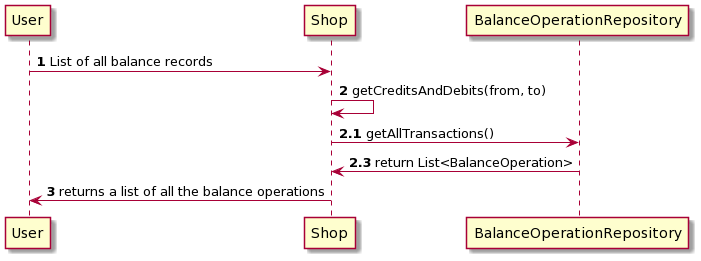
This is Deliverables/Images/design/9.1.png from setareA/ezshop, a PlantUML export, as it was before one commit. Source of this version:
```plantuml
@startuml
User-> Shop: <b>1</b> List of all balance records
Shop -> Shop: <b>2</b> getCreditsAndDebits(from, to)
Shop -> BalanceOperationRepository : <b>2.1</b> getAllTransactions()
BalanceOperationRepository -> Shop : <b>2.3</b> return List<BalanceOperation>
Shop -> User: <b>3</b> returns a list of all the balance operations
@enduml
```
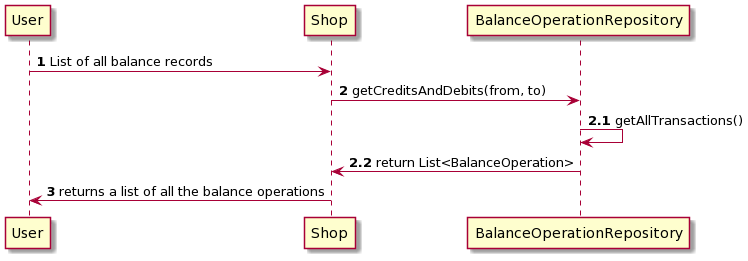
Above is the later version.

What changed in the source:
```diff
@@ -1,7 +1,7 @@
 @startuml
 User-> Shop: <b>1</b> List of all balance records
-Shop -> Shop: <b>2</b> getCreditsAndDebits(from, to)
-Shop -> BalanceOperationRepository : <b>2.1</b> getAllTransactions()
-BalanceOperationRepository -> Shop : <b>2.3</b> return List<BalanceOperation>
+Shop -> BalanceOperationRepository : <b>2</b> getCreditsAndDebits(from, to)
+BalanceOperationRepository -> BalanceOperationRepository : <b>2.1</b> getAllTransactions()
+BalanceOperationRepository -> Shop : <b>2.2</b> return List<BalanceOperation>
 Shop -> User: <b>3</b> returns a list of all the balance operations
 @enduml
```
